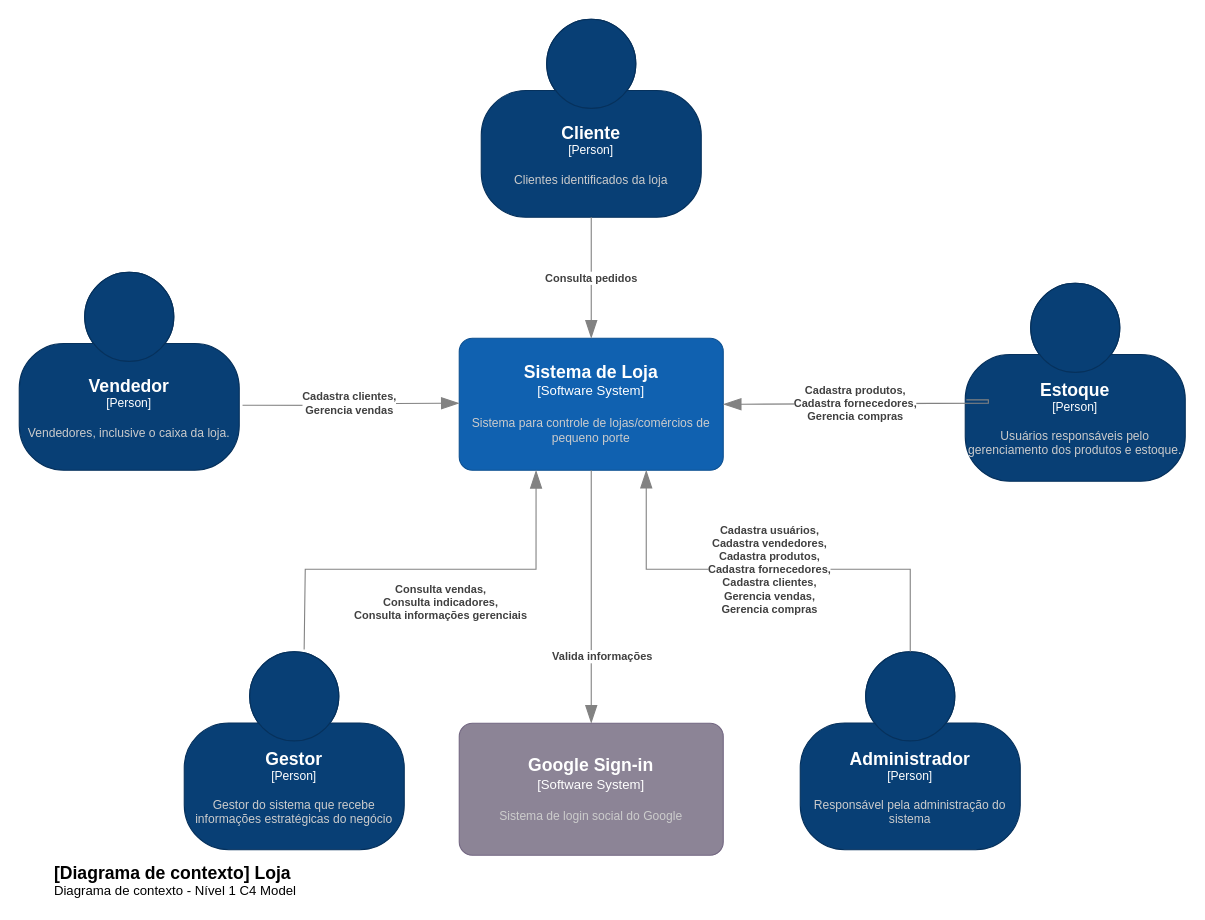
Above: page "Nível 1 - Contexto" (1 of 4) of projeto/documentacao/C4Model.drawio in adjamirgalvao/pucminas (draw.io), before the change. Source tidied: cells renumbered, new cells numbered last; positions are measured from the earlier drawing's top-left corner, leaving out a move shared by most shapes. Both pictures are drawn from the tidied source at 110%, with x=0, y=0 at pixel (19, 19).
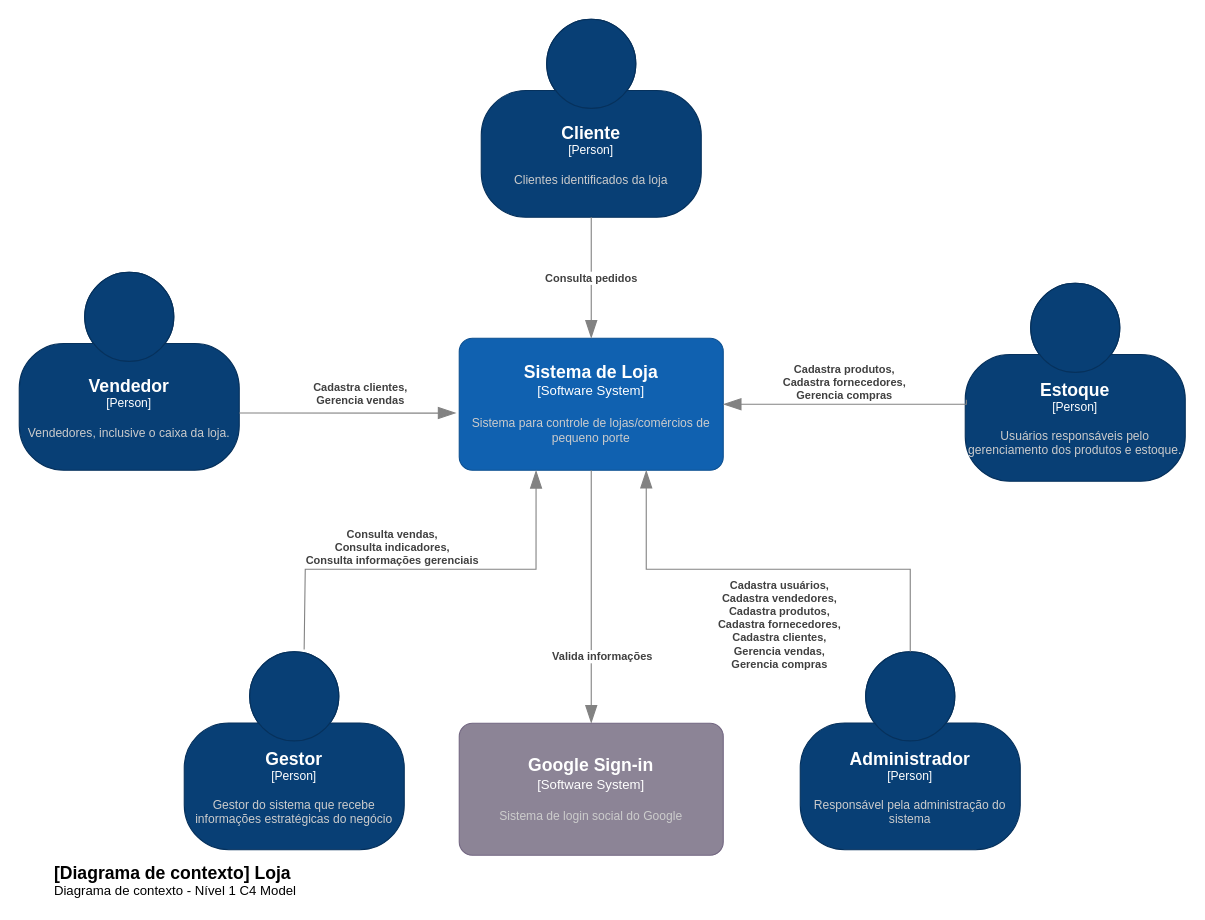
Above is the later version.

The change refers to these unchanged cells:
```xml
<object id="3" label="&lt;font style=&quot;font-size: 16px&quot;&gt;&lt;b&gt;%c4Name%&lt;/b&gt;&lt;/font&gt;&lt;div&gt;[%c4Type%]&lt;/div&gt;&lt;br&gt;&lt;div&gt;&lt;font style=&quot;font-size: 11px&quot;&gt;&lt;font color=&quot;#cccccc&quot;&gt;%c4Description%&lt;/font&gt;&lt;/div&gt;" c4Description="Sistema para controle de lojas/comércios de pequeno porte" c4Name="Sistema de Loja" c4Type="Software System" placeholders="1">
  <mxCell style="rounded=1;whiteSpace=wrap;html=1;labelBackgroundColor=none;fillColor=#1061B0;fontColor=#ffffff;align=center;arcSize=10;strokeColor=#0D5091;points=[[0.25,0,0],[0.5,0,0],[0.75,0,0],[1,0.25,0],[1,0.5,0],[1,0.75,0],[0.75,1,0],[0.5,1,0],[0.25,1,0],[0,0.75,0],[0,0.5,0],[0,0.25,0]];" parent="1" vertex="1">
    <mxGeometry x="400" y="290" width="240" height="120" as="geometry" />
  </mxCell>
</object>
<object id="4" label="&lt;font style=&quot;font-size: 16px&quot;&gt;&lt;b&gt;%c4Name%&lt;/b&gt;&lt;/font&gt;&lt;div&gt;[%c4Type%]&lt;/div&gt;&lt;br&gt;&lt;div&gt;&lt;font style=&quot;font-size: 11px&quot;&gt;&lt;font color=&quot;#cccccc&quot;&gt;%c4Description%&lt;/font&gt;&lt;/div&gt;" c4Description="Usuários responsáveis pelo gerenciamento dos produtos e estoque." c4Name="Estoque" c4Type="Person" placeholders="1">
  <mxCell style="html=1;fontSize=11;dashed=0;whiteSpace=wrap;fillColor=#083F75;strokeColor=#06315C;fontColor=#ffffff;shape=mxgraph.c4.person2;align=center;points=[[0.5,0,0],[1,0.5,0],[1,0.75,0],[0.75,1,0],[0.5,1,0],[0.25,1,0],[0,0.75,0],[0,0.5,0]];" parent="1" vertex="1">
    <mxGeometry x="860" y="240" width="200" height="180" as="geometry" />
  </mxCell>
</object>
<object id="6" label="&lt;font style=&quot;font-size: 16px&quot;&gt;&lt;b&gt;%c4Name%&lt;/b&gt;&lt;/font&gt;&lt;div&gt;[%c4Type%]&lt;/div&gt;&lt;br&gt;&lt;div&gt;&lt;font style=&quot;font-size: 11px&quot;&gt;&lt;font color=&quot;#cccccc&quot;&gt;%c4Description%&lt;/font&gt;&lt;/div&gt;" c4Description="Vendedores, inclusive o caixa da loja." c4Name="Vendedor" c4Type="Person" placeholders="1">
  <mxCell style="html=1;fontSize=11;dashed=0;whiteSpace=wrap;fillColor=#083F75;strokeColor=#06315C;fontColor=#ffffff;shape=mxgraph.c4.person2;align=center;points=[[0.5,0,0],[1,0.5,0],[1,0.75,0],[0.75,1,0],[0.5,1,0],[0.25,1,0],[0,0.75,0],[0,0.5,0]];" parent="1" vertex="1">
    <mxGeometry y="230" width="200" height="180" as="geometry" />
  </mxCell>
</object>
<object id="8" label="&lt;font style=&quot;font-size: 16px&quot;&gt;&lt;b&gt;%c4Name%&lt;/b&gt;&lt;/font&gt;&lt;div&gt;[%c4Type%]&lt;/div&gt;&lt;br&gt;&lt;div&gt;&lt;font style=&quot;font-size: 11px&quot;&gt;&lt;font color=&quot;#cccccc&quot;&gt;%c4Description%&lt;/font&gt;&lt;/div&gt;" c4Description="Gestor do sistema que recebe informações estratégicas do negócio" c4Name="Gestor" c4Type="Person" placeholders="1">
  <mxCell style="html=1;fontSize=11;dashed=0;whiteSpace=wrap;fillColor=#083F75;strokeColor=#06315C;fontColor=#ffffff;shape=mxgraph.c4.person2;align=center;points=[[0.5,0,0],[1,0.5,0],[1,0.75,0],[0.75,1,0],[0.5,1,0],[0.25,1,0],[0,0.75,0],[0,0.5,0]];" parent="1" vertex="1">
    <mxGeometry x="150" y="575" width="200" height="180" as="geometry" />
  </mxCell>
</object>
<object id="11" label="&lt;font style=&quot;font-size: 16px&quot;&gt;&lt;b&gt;%c4Name%&lt;/b&gt;&lt;/font&gt;&lt;div&gt;[%c4Type%]&lt;/div&gt;&lt;br&gt;&lt;div&gt;&lt;font style=&quot;font-size: 11px&quot;&gt;&lt;font color=&quot;#cccccc&quot;&gt;%c4Description%&lt;/font&gt;&lt;/div&gt;" c4Description="Responsável pela administração do sistema" c4Name="Administrador" c4Type="Person" placeholders="1">
  <mxCell style="html=1;fontSize=11;dashed=0;whiteSpace=wrap;fillColor=#083F75;strokeColor=#06315C;fontColor=#ffffff;shape=mxgraph.c4.person2;align=center;points=[[0.5,0,0],[1,0.5,0],[1,0.75,0],[0.75,1,0],[0.5,1,0],[0.25,1,0],[0,0.75,0],[0,0.5,0]];" parent="1" vertex="1">
    <mxGeometry x="710" y="575" width="200" height="180" as="geometry" />
  </mxCell>
</object>
```

The edit, as a diff of the source:
```diff
@@
     <object id="5" label="&lt;div style=&quot;text-align: left&quot;&gt;&lt;div style=&quot;text-align: center&quot;&gt;&lt;b&gt;%c4Description%&lt;/b&gt;&lt;/div&gt;" c4Description="Cadastra produtos, &#10;Cadastra fornecedores, &#10;Gerencia compras" placeholders="1">
       <mxCell style="endArrow=blockThin;html=1;fontSize=10;fontColor=#404040;strokeWidth=1;endFill=1;strokeColor=#828282;elbow=vertical;endSize=14;startSize=14;jumpStyle=arc;jumpSize=16;rounded=0;edgeStyle=orthogonalEdgeStyle;exitX=0.005;exitY=0.589;exitDx=0;exitDy=0;exitPerimeter=0;" parent="1" edge="1" source="4" target="3">
-        <mxGeometry x="0.09" relative="1" as="geometry">
+        <mxGeometry x="0.02" y="-20" relative="1" as="geometry">
           <Array as="points">
-            <mxPoint x="881" y="349" />
-            <mxPoint x="747" y="349" />
-            <mxPoint x="747" y="350" />
+            <mxPoint x="861" y="350" />
           </Array>
         </mxGeometry>
       </mxCell>
     </object>
@@
     <object id="7" label="&lt;div style=&quot;text-align: left&quot;&gt;&lt;div style=&quot;text-align: center&quot;&gt;&lt;b&gt;%c4Description%&lt;/b&gt;&lt;/div&gt;" c4Description="Cadastra clientes,&#10;Gerencia vendas" placeholders="1">
-      <mxCell style="endArrow=blockThin;html=1;fontSize=10;fontColor=#404040;strokeWidth=1;endFill=1;strokeColor=#828282;elbow=vertical;endSize=14;startSize=14;jumpStyle=arc;jumpSize=16;rounded=0;edgeStyle=orthogonalEdgeStyle;exitX=1.015;exitY=0.672;exitDx=0;exitDy=0;exitPerimeter=0;" parent="1" edge="1" source="6">
-        <mxGeometry relative="1" as="geometry">
-          <mxPoint x="400" y="349" as="targetPoint" />
+      <mxCell style="endArrow=blockThin;html=1;fontSize=10;fontColor=#404040;strokeWidth=1;endFill=1;strokeColor=#828282;elbow=vertical;endSize=14;startSize=14;jumpStyle=arc;jumpSize=16;rounded=0;edgeStyle=orthogonalEdgeStyle;entryX=-0.012;entryY=0.567;entryDx=0;entryDy=0;entryPerimeter=0;" parent="1" edge="1" target="3">
+        <mxGeometry x="0.12" y="18" relative="1" as="geometry">
+          <mxPoint x="200" y="358" as="sourcePoint" />
+          <Array as="points">
+            <mxPoint x="203" y="358" />
+          </Array>
         </mxGeometry>
       </mxCell>
     </object>
@@
     <object id="9" label="&lt;div style=&quot;text-align: left&quot;&gt;&lt;div style=&quot;text-align: center&quot;&gt;&lt;b&gt;%c4Description%&lt;/b&gt;&lt;/div&gt;" c4Description="Consulta vendas, &#10;Consulta indicadores,&#10;Consulta informações gerenciais" placeholders="1">
       <mxCell style="endArrow=blockThin;html=1;fontSize=10;fontColor=#404040;strokeWidth=1;endFill=1;strokeColor=#828282;elbow=vertical;endSize=14;startSize=14;jumpStyle=arc;jumpSize=16;rounded=0;edgeStyle=orthogonalEdgeStyle;exitX=0.545;exitY=-0.011;exitDx=0;exitDy=0;exitPerimeter=0;entryX=0.291;entryY=1.001;entryDx=0;entryDy=0;entryPerimeter=0;" parent="1" edge="1" source="8" target="3">
-        <mxGeometry x="0.05" y="-30" relative="1" as="geometry">
+        <mxGeometry x="-0.18" y="20" relative="1" as="geometry">
           <Array as="points">
             <mxPoint x="260" y="500" />
             <mxPoint x="470" y="500" />
           </Array>
-          <mxPoint x="1" as="offset" />
         </mxGeometry>
       </mxCell>
     </object>
@@
     <object id="12" label="&lt;div style=&quot;text-align: left&quot;&gt;&lt;div style=&quot;text-align: center&quot;&gt;&lt;b&gt;%c4Description%&lt;/b&gt;&lt;/div&gt;" c4Description="Cadastra usuários,&#10;Cadastra vendedores,&#10;Cadastra produtos,&#10;Cadastra fornecedores,&#10;Cadastra clientes,&#10;Gerencia vendas,&#10;Gerencia compras" placeholders="1">
       <mxCell style="endArrow=blockThin;html=1;fontSize=10;fontColor=#404040;strokeWidth=1;endFill=1;strokeColor=#828282;elbow=vertical;endSize=14;startSize=14;jumpStyle=arc;jumpSize=16;rounded=0;edgeStyle=orthogonalEdgeStyle;exitX=0.5;exitY=0;exitDx=0;exitDy=0;exitPerimeter=0;" parent="1" edge="1" source="11" target="3">
-        <mxGeometry relative="1" as="geometry">
+        <mxGeometry x="-0.04" y="50" relative="1" as="geometry">
           <Array as="points">
             <mxPoint x="810" y="500" />
             <mxPoint x="570" y="500" />
           </Array>
         </mxGeometry>
       </mxCell>
     </object>
```
